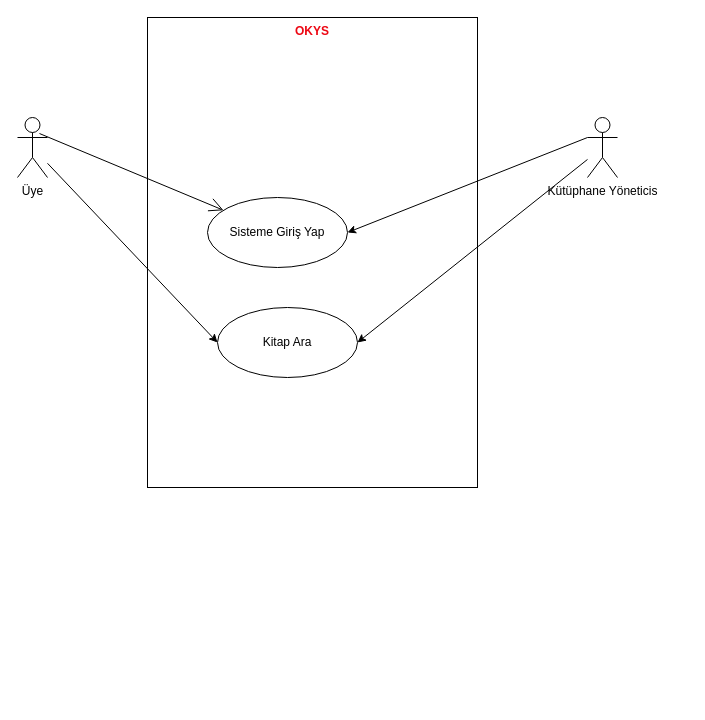
Before: page "UseCase" (2 of 2) of okys/doc/OKYS-Design.drawio in tdursun/oop2026, a draw.io diagram. Source tidied: cells renumbered, new cells numbered last; positions are measured from the earlier drawing's top-left corner, leaving out a move shared by most shapes. Both pictures are drawn from the tidied source at 100%, with x=0, y=0 at pixel (17, 17).
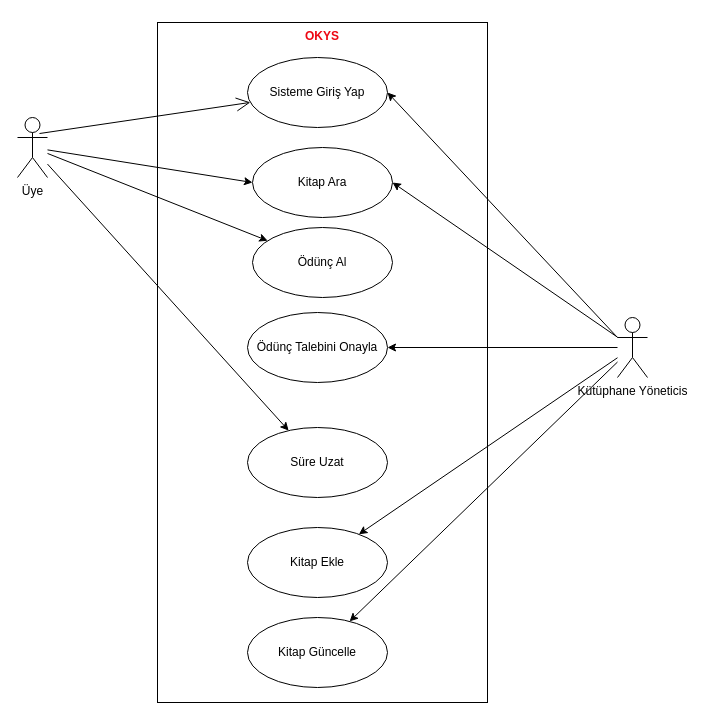
After the change.

The change refers to these unchanged cells:
```xml
<mxCell id="4" value="Üye" style="shape=umlActor;verticalLabelPosition=bottom;verticalAlign=top;html=1;" parent="1" vertex="1">
  <mxGeometry y="100" width="30" height="60" as="geometry" />
</mxCell>
```

What changed in the source:
```diff
@@
     <mxCell id="2" value="OKYS" style="rounded=0;whiteSpace=wrap;html=1;verticalAlign=top;fontColor=light-dark(#ed0713, #ededed);fontStyle=1;" parent="1" vertex="1">
-      <mxGeometry x="130" width="330" height="470" as="geometry" />
+      <mxGeometry x="140" y="5" width="330" height="680" as="geometry" />
     </mxCell>
@@
+    <mxCell id="11" style="rounded=0;jettySize=auto;html=1;" parent="1" edge="1" source="4" target="16">
+      <mxGeometry relative="1" as="geometry" />
+    </mxCell>
+    <mxCell id="12" style="rounded=0;jettySize=auto;html=1;" parent="1" edge="1" source="4" target="18">
+      <mxGeometry relative="1" as="geometry" />
+    </mxCell>
@@
     <mxCell id="5" value="Sisteme Giriş Yap" style="ellipse;whiteSpace=wrap;html=1;" parent="1" vertex="1">
-      <mxGeometry x="190" y="180" width="140" height="70" as="geometry" />
+      <mxGeometry x="230" y="40" width="140" height="70" as="geometry" />
     </mxCell>
@@
+    <mxCell id="13" style="rounded=0;jettySize=auto;html=1;" parent="1" edge="1" source="9" target="19">
+      <mxGeometry relative="1" as="geometry" />
+    </mxCell>
+    <mxCell id="14" style="rounded=0;jettySize=auto;html=1;" parent="1" edge="1" source="9" target="17">
+      <mxGeometry relative="1" as="geometry" />
+    </mxCell>
+    <mxCell id="15" style="rounded=0;jettySize=auto;html=1;" parent="1" edge="1" source="9" target="20">
+      <mxGeometry relative="1" as="geometry" />
+    </mxCell>
     <mxCell id="9" value="Kütüphane Yöneticis" style="shape=umlActor;verticalLabelPosition=bottom;verticalAlign=top;html=1;outlineConnect=0;" parent="1" vertex="1">
-      <mxGeometry x="570" y="100" width="30" height="60" as="geometry" />
+      <mxGeometry x="600" y="300" width="30" height="60" as="geometry" />
     </mxCell>
     <mxCell id="10" value="Kitap Ara" style="ellipse;whiteSpace=wrap;html=1;" parent="1" vertex="1">
-      <mxGeometry x="200" y="290" width="140" height="70" as="geometry" />
+      <mxGeometry x="235" y="130" width="140" height="70" as="geometry" />
     </mxCell>
+    <mxCell id="16" value="Ödünç Al" style="ellipse;whiteSpace=wrap;html=1;" parent="1" vertex="1">
+      <mxGeometry x="235" y="210" width="140" height="70" as="geometry" />
+    </mxCell>
+    <mxCell id="17" value="Kitap Ekle" style="ellipse;whiteSpace=wrap;html=1;" parent="1" vertex="1">
+      <mxGeometry x="230" y="510" width="140" height="70" as="geometry" />
+    </mxCell>
+    <mxCell id="18" value="Süre Uzat" style="ellipse;whiteSpace=wrap;html=1;" parent="1" vertex="1">
+      <mxGeometry x="230" y="410" width="140" height="70" as="geometry" />
+    </mxCell>
+    <mxCell id="19" value="Ödünç Talebini Onayla" style="ellipse;whiteSpace=wrap;html=1;" parent="1" vertex="1">
+      <mxGeometry x="230" y="295" width="140" height="70" as="geometry" />
+    </mxCell>
+    <mxCell id="20" value="Kitap Güncelle" style="ellipse;whiteSpace=wrap;html=1;" parent="1" vertex="1">
+      <mxGeometry x="230" y="600" width="140" height="70" as="geometry" />
+    </mxCell>
```
